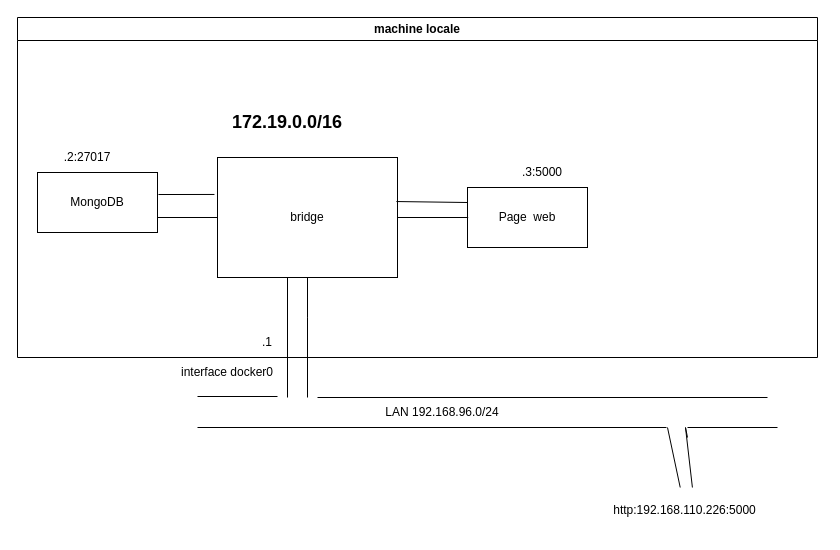
This is Challenge2/challeng_2.drawio from ComplexNetTSP/net4255-project-2023-2024-Makvola, a draw.io file, before an edit. Source tidied: cells renumbered, new cells numbered last; positions are measured from the earlier drawing's top-left corner, leaving out a move shared by most shapes. Both pictures are drawn from the tidied source at 100%, with x=0, y=0 at pixel (17, 17).
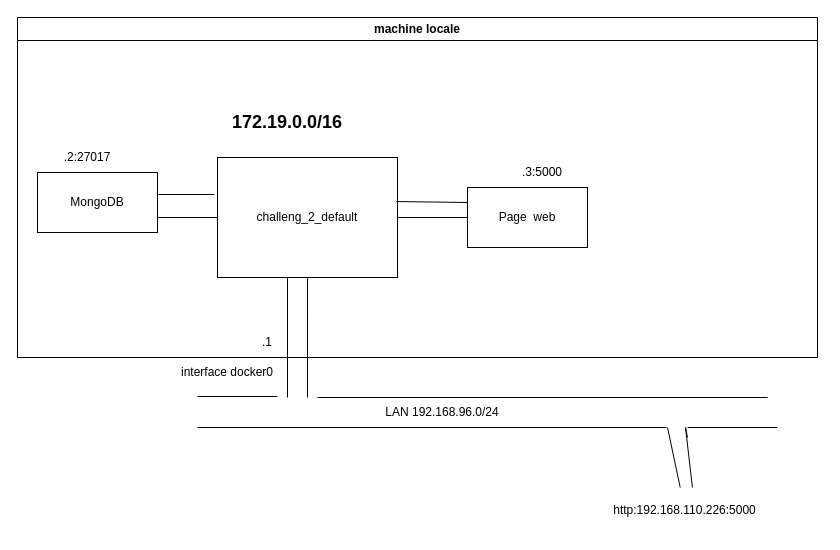
The same page after the edit.

Unchanged cells that the change refers to:
```xml
<mxCell id="2" value="machine locale" style="swimlane;whiteSpace=wrap;html=1;" parent="1" vertex="1">
  <mxGeometry width="800" height="340" as="geometry" />
</mxCell>
```

Diff of the diagram source:
```diff
@@
-    <mxCell id="3" value="bridge" style="rounded=0;whiteSpace=wrap;html=1;" parent="2" vertex="1">
+    <mxCell id="3" value="challeng_2_default" style="rounded=0;whiteSpace=wrap;html=1;" parent="2" vertex="1">
       <mxGeometry x="200" y="140" width="180" height="120" as="geometry" />
     </mxCell>
```
